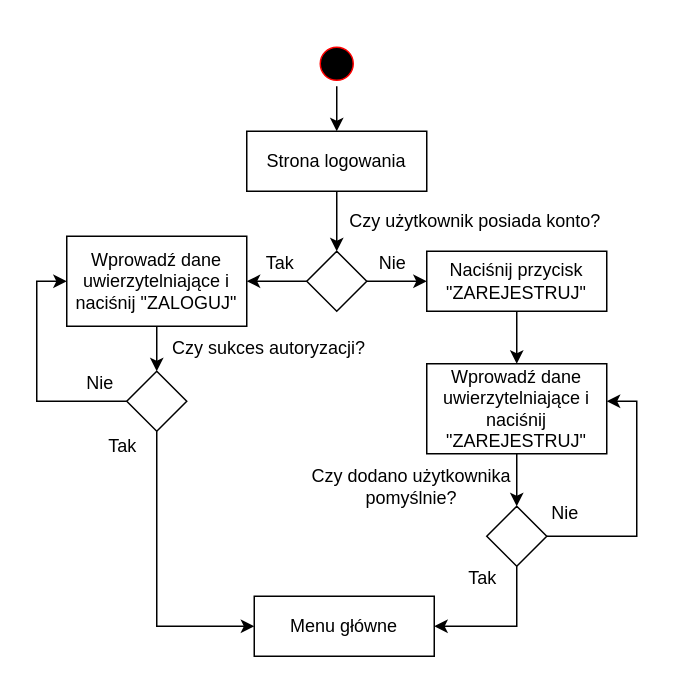
Before: Diagram1_Logowanie.drawio in gdanielch9/Wykresy, a draw.io diagram. Source tidied: cells renumbered, new cells numbered last; positions are measured from the earlier drawing's top-left corner, leaving out a move shared by most shapes. Both pictures are drawn from the tidied source at 150%, with x=0, y=0 at pixel (36, 40).
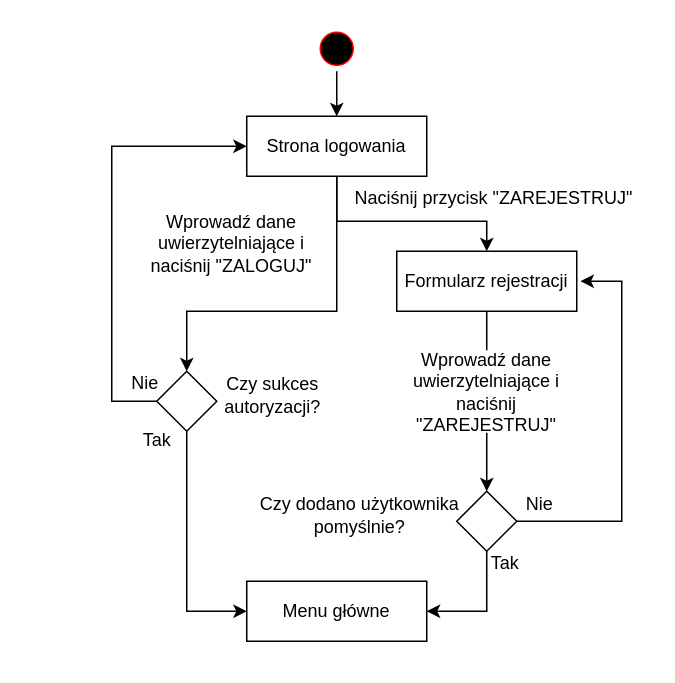
The same diagram, later.

Diff of the diagram source:
```diff
@@
     <mxCell id="3" style="ellipse;html=1;shape=startState;fillColor=#000000;strokeColor=#ff0000;" parent="1" vertex="1">
-      <mxGeometry x="185" width="30" height="30" as="geometry" />
+      <mxGeometry x="185" y="-10" width="30" height="30" as="geometry" />
     </mxCell>
-    <mxCell id="4" style="edgeStyle=orthogonalEdgeStyle;rounded=0;jettySize=auto;html=1;entryX=0.5;entryY=0;entryDx=0;entryDy=0;" parent="1" edge="1" source="5" target="8">
-      <mxGeometry relative="1" as="geometry" />
-    </mxCell>
+    <mxCell id="31" style="edgeStyle=orthogonalEdgeStyle;rounded=0;jettySize=auto;html=1;exitX=0.5;exitY=1;exitDx=0;exitDy=0;entryX=0.5;entryY=0;entryDx=0;entryDy=0;" parent="1" edge="1" source="5" target="18">
+      <mxGeometry relative="1" as="geometry">
+        <Array as="points">
+          <mxPoint x="200" y="180" />
+          <mxPoint x="100" y="180" />
+        </Array>
+      </mxGeometry>
+    </mxCell>
+    <mxCell id="32" style="edgeStyle=orthogonalEdgeStyle;rounded=0;jettySize=auto;html=1;" parent="1" edge="1" source="5" target="14">
+      <mxGeometry relative="1" as="geometry">
+        <Array as="points">
+          <mxPoint x="200" y="120" />
+          <mxPoint x="300" y="120" />
+        </Array>
+      </mxGeometry>
+    </mxCell>
     <mxCell id="5" value="Strona logowania" style="rounded=0;whiteSpace=wrap;html=1;" parent="1" vertex="1">
-      <mxGeometry x="140" y="60" width="120" height="40" as="geometry" />
+      <mxGeometry x="140" y="50" width="120" height="40" as="geometry" />
     </mxCell>
-    <mxCell id="6" style="edgeStyle=orthogonalEdgeStyle;rounded=0;jettySize=auto;html=1;entryX=0;entryY=0.5;entryDx=0;entryDy=0;" parent="1" edge="1" source="8" target="14">
-      <mxGeometry relative="1" as="geometry" />
-    </mxCell>
-    <mxCell id="7" style="edgeStyle=orthogonalEdgeStyle;rounded=0;jettySize=auto;html=1;entryX=1;entryY=0.5;entryDx=0;entryDy=0;" parent="1" edge="1" source="8" target="11">
-      <mxGeometry relative="1" as="geometry" />
-    </mxCell>
-    <mxCell id="8" style="rhombus;whiteSpace=wrap;html=1;" parent="1" vertex="1">
-      <mxGeometry x="180" y="140" width="40" height="40" as="geometry" />
-    </mxCell>
-    <mxCell id="9" value="Czy użytkownik posiada konto?" style="text;html=1;strokeColor=none;fillColor=none;align=center;verticalAlign=middle;whiteSpace=wrap;rounded=0;" parent="1" vertex="1">
-      <mxGeometry x="205" y="105" width="175" height="30" as="geometry" />
+    <mxCell id="9" value="Naciśnij przycisk &quot;ZAREJESTRUJ&quot;" style="text;html=1;strokeColor=none;fillColor=none;align=center;verticalAlign=middle;whiteSpace=wrap;rounded=0;" parent="1" vertex="1">
+      <mxGeometry x="210" y="90" width="190" height="30" as="geometry" />
     </mxCell>
-    <mxCell id="10" style="edgeStyle=orthogonalEdgeStyle;rounded=0;jettySize=auto;html=1;entryX=0.5;entryY=0;entryDx=0;entryDy=0;" parent="1" edge="1" source="11" target="18">
-      <mxGeometry relative="1" as="geometry" />
-    </mxCell>
-    <mxCell id="11" value="Wprowadź dane uwierzytelniające i naciśnij &quot;ZALOGUJ&quot;" style="rounded=0;whiteSpace=wrap;html=1;" parent="1" vertex="1">
-      <mxGeometry x="20" y="130" width="120" height="60" as="geometry" />
-    </mxCell>
-    <mxCell id="12" value="Tak" style="text;html=1;strokeColor=none;fillColor=none;align=center;verticalAlign=middle;whiteSpace=wrap;rounded=0;" parent="1" vertex="1">
-      <mxGeometry x="140" y="135" width="45" height="25" as="geometry" />
-    </mxCell>
-    <mxCell id="13" style="edgeStyle=orthogonalEdgeStyle;rounded=0;jettySize=auto;html=1;entryX=0.5;entryY=0;entryDx=0;entryDy=0;" parent="1" edge="1" source="14" target="24">
+    <mxCell id="13" style="edgeStyle=orthogonalEdgeStyle;rounded=0;jettySize=auto;html=1;entryX=0.5;entryY=0;entryDx=0;entryDy=0;" parent="1" edge="1" source="14" target="27">
       <mxGeometry relative="1" as="geometry" />
     </mxCell>
-    <mxCell id="14" value="Naciśnij przycisk &quot;ZAREJESTRUJ&quot;" style="rounded=0;whiteSpace=wrap;html=1;" parent="1" vertex="1">
-      <mxGeometry x="260" y="140" width="120" height="40" as="geometry" />
+    <mxCell id="14" value="Formularz rejestracji" style="rounded=0;whiteSpace=wrap;html=1;" parent="1" vertex="1">
+      <mxGeometry x="240" y="140" width="120" height="40" as="geometry" />
     </mxCell>
-    <mxCell id="15" value="Nie" style="text;html=1;strokeColor=none;fillColor=none;align=center;verticalAlign=middle;whiteSpace=wrap;rounded=0;" parent="1" vertex="1">
-      <mxGeometry x="215" y="135" width="45" height="25" as="geometry" />
-    </mxCell>
-    <mxCell id="16" style="edgeStyle=orthogonalEdgeStyle;rounded=0;jettySize=auto;html=1;entryX=0;entryY=0.5;entryDx=0;entryDy=0;" parent="1" edge="1" source="18" target="11">
+    <mxCell id="16" style="edgeStyle=orthogonalEdgeStyle;rounded=0;jettySize=auto;html=1;entryX=0;entryY=0.5;entryDx=0;entryDy=0;" parent="1" edge="1" source="18" target="5">
       <mxGeometry relative="1" as="geometry">
         <Array as="points">
-          <mxPoint y="240" />
-          <mxPoint y="160" />
+          <mxPoint x="50" y="240" />
+          <mxPoint x="50" y="70" />
         </Array>
       </mxGeometry>
     </mxCell>
     <mxCell id="17" style="edgeStyle=orthogonalEdgeStyle;rounded=0;jettySize=auto;html=1;entryX=0;entryY=0.5;entryDx=0;entryDy=0;" parent="1" edge="1" source="18" target="20">
       <mxGeometry relative="1" as="geometry">
         <Array as="points">
-          <mxPoint x="80" y="390" />
+          <mxPoint x="100" y="380" />
         </Array>
       </mxGeometry>
     </mxCell>
     <mxCell id="18" style="rhombus;whiteSpace=wrap;html=1;" parent="1" vertex="1">
-      <mxGeometry x="60" y="220" width="40" height="40" as="geometry" />
+      <mxGeometry x="80" y="220" width="40" height="40" as="geometry" />
     </mxCell>
     <mxCell id="19" value="Czy sukces autoryzacji?" style="text;html=1;strokeColor=none;fillColor=none;align=center;verticalAlign=middle;whiteSpace=wrap;rounded=0;" parent="1" vertex="1">
-      <mxGeometry x="80" y="190" width="150" height="30" as="geometry" />
+      <mxGeometry x="120" y="219" width="75" height="34" as="geometry" />
     </mxCell>
     <mxCell id="20" value="Menu główne" style="rounded=0;whiteSpace=wrap;html=1;" parent="1" vertex="1">
-      <mxGeometry x="145" y="370" width="120" height="40" as="geometry" />
+      <mxGeometry x="140" y="360" width="120" height="40" as="geometry" />
     </mxCell>
     <mxCell id="21" value="Tak" style="text;html=1;strokeColor=none;fillColor=none;align=center;verticalAlign=middle;whiteSpace=wrap;rounded=0;" parent="1" vertex="1">
-      <mxGeometry x="35" y="257.5" width="45" height="25" as="geometry" />
+      <mxGeometry x="57.5" y="253" width="45" height="25" as="geometry" />
     </mxCell>
     <mxCell id="22" value="Nie" style="text;html=1;strokeColor=none;fillColor=none;align=center;verticalAlign=middle;whiteSpace=wrap;rounded=0;" parent="1" vertex="1">
-      <mxGeometry x="20" y="215" width="45" height="25" as="geometry" />
+      <mxGeometry x="50" y="215" width="45" height="25" as="geometry" />
     </mxCell>
-    <mxCell id="23" style="edgeStyle=orthogonalEdgeStyle;rounded=0;jettySize=auto;html=1;entryX=0.5;entryY=0;entryDx=0;entryDy=0;" parent="1" edge="1" source="24" target="27">
-      <mxGeometry relative="1" as="geometry" />
-    </mxCell>
-    <mxCell id="24" value="Wprowadź dane uwierzytelniające i naciśnij &quot;ZAREJESTRUJ&quot;" style="rounded=0;whiteSpace=wrap;html=1;" parent="1" vertex="1">
-      <mxGeometry x="260" y="215" width="120" height="60" as="geometry" />
-    </mxCell>
+    <mxCell id="26" style="edgeStyle=orthogonalEdgeStyle;rounded=0;jettySize=auto;html=1;" parent="1" edge="1" source="27">
+      <mxGeometry relative="1" as="geometry">
+        <mxPoint x="362.5" y="160" as="targetPoint" />
+        <Array as="points">
+          <mxPoint x="390" y="320" />
+          <mxPoint x="390" y="160" />
+        </Array>
+      </mxGeometry>
+    </mxCell>
     <mxCell id="25" style="edgeStyle=orthogonalEdgeStyle;rounded=0;jettySize=auto;html=1;entryX=1;entryY=0.5;entryDx=0;entryDy=0;" parent="1" edge="1" source="27" target="20">
       <mxGeometry relative="1" as="geometry">
         <Array as="points">
-          <mxPoint x="320" y="390" />
+          <mxPoint x="300" y="380" />
         </Array>
       </mxGeometry>
     </mxCell>
-    <mxCell id="26" style="edgeStyle=orthogonalEdgeStyle;rounded=0;jettySize=auto;html=1;entryX=1;entryY=0.417;entryDx=0;entryDy=0;entryPerimeter=0;" parent="1" edge="1" source="27" target="24">
-      <mxGeometry relative="1" as="geometry">
-        <Array as="points">
-          <mxPoint x="400" y="330" />
-          <mxPoint x="400" y="240" />
-        </Array>
-      </mxGeometry>
-    </mxCell>
     <mxCell id="27" style="rhombus;whiteSpace=wrap;html=1;" parent="1" vertex="1">
-      <mxGeometry x="300" y="310" width="40" height="40" as="geometry" />
+      <mxGeometry x="280" y="300" width="40" height="40" as="geometry" />
     </mxCell>
     <mxCell id="28" value="Czy dodano użytkownika pomyślnie?" style="text;html=1;strokeColor=none;fillColor=none;align=center;verticalAlign=middle;whiteSpace=wrap;rounded=0;" parent="1" vertex="1">
-      <mxGeometry x="180" y="283" width="140" height="28" as="geometry" />
+      <mxGeometry x="146.5" y="289.5" width="137" height="52" as="geometry" />
     </mxCell>
     <mxCell id="29" value="Nie" style="text;html=1;strokeColor=none;fillColor=none;align=center;verticalAlign=middle;whiteSpace=wrap;rounded=0;" parent="1" vertex="1">
-      <mxGeometry x="330" y="302.5" width="45" height="25" as="geometry" />
+      <mxGeometry x="312.5" y="296" width="45" height="25" as="geometry" />
     </mxCell>
     <mxCell id="30" value="Tak" style="text;html=1;strokeColor=none;fillColor=none;align=center;verticalAlign=middle;whiteSpace=wrap;rounded=0;" parent="1" vertex="1">
-      <mxGeometry x="275" y="345" width="45" height="25" as="geometry" />
+      <mxGeometry x="290" y="335" width="45" height="25" as="geometry" />
     </mxCell>
+    <mxCell id="11" value="Wprowadź dane uwierzytelniające i naciśnij &quot;ZALOGUJ&quot;" style="text;html=1;strokeColor=none;fillColor=none;align=center;verticalAlign=middle;whiteSpace=wrap;rounded=0;" parent="1" vertex="1">
+      <mxGeometry x="65" y="100" width="130" height="70" as="geometry" />
+    </mxCell>
+    <mxCell id="24" value="Wprowadź dane uwierzytelniające i naciśnij &quot;ZAREJESTRUJ&quot;" style="text;html=1;align=center;verticalAlign=middle;whiteSpace=wrap;rounded=0;fillColor=#ffffff;" parent="1" vertex="1">
+      <mxGeometry x="240" y="206" width="120" height="55" as="geometry" />
+    </mxCell>
```
